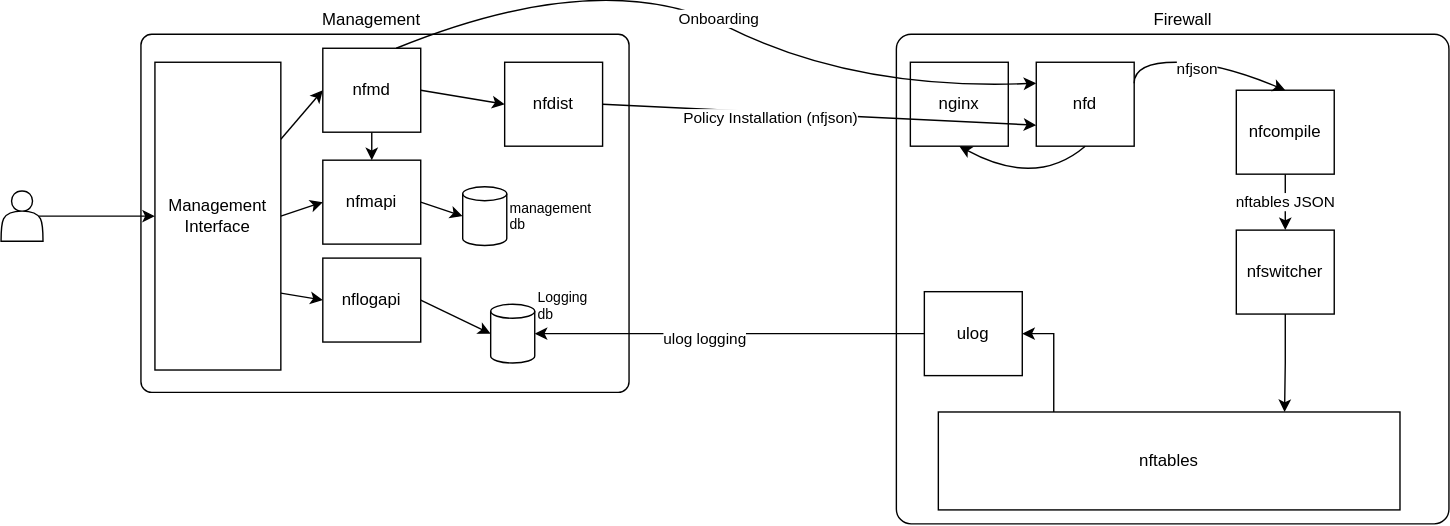
This is Architecture.drawio.svg from nfirewall/nfirewall, a draw.io export, as it was before one commit. Source tidied: cells renumbered, new cells last; positions are measured from the earlier drawing's top-left corner, leaving out a move shared by most shapes.
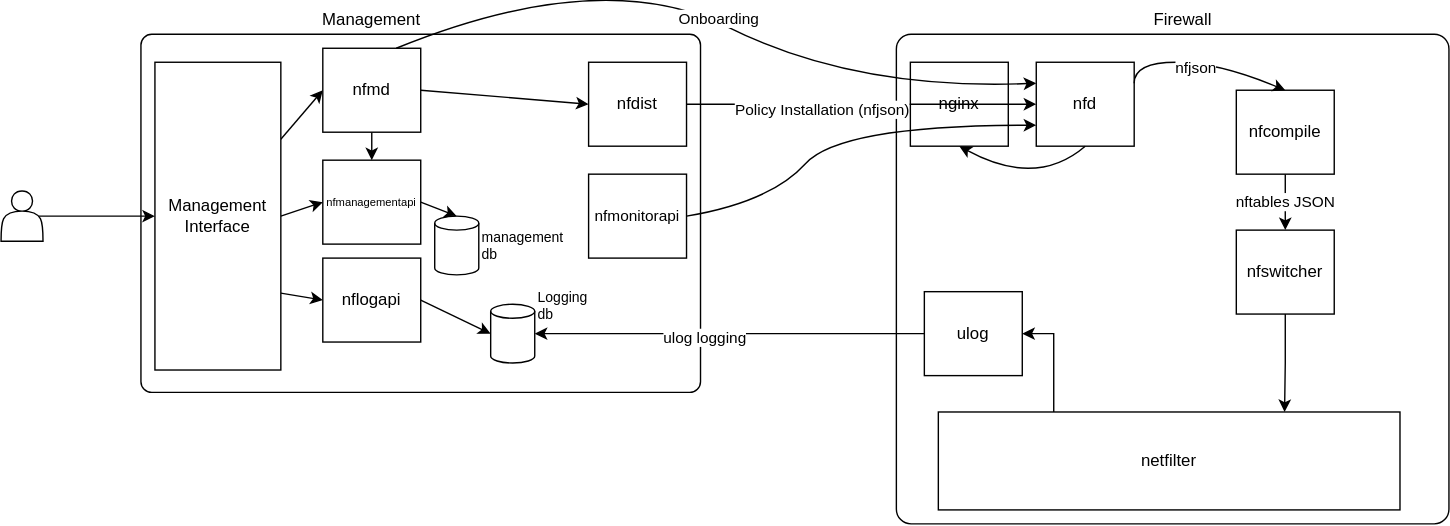
The same file after the commit.

Commit message:
Added nfmonitorapi, renamed nfmanagementapi

The edit, as a diff of the source:
```diff
@@ -6,7 +6,7 @@
       <mxGeometry x="640" y="50" width="395" height="350" as="geometry" />
     </mxCell>
     <mxCell id="3" style="rounded=1;whiteSpace=wrap;html=1;arcSize=3;" parent="1" vertex="1">
-      <mxGeometry x="100" y="50" width="348.9" height="256" as="geometry" />
+      <mxGeometry x="100" y="50" width="400" height="256" as="geometry" />
     </mxCell>
     <mxCell id="4" value="nfd" style="rounded=0;whiteSpace=wrap;html=1;" parent="1" vertex="1">
       <mxGeometry x="740" y="70" width="70" height="60" as="geometry" />
@@ -26,17 +26,17 @@
     <mxCell id="9" style="edgeStyle=orthogonalEdgeStyle;rounded=0;jettySize=auto;html=1;exitX=0.25;exitY=0;exitDx=0;exitDy=0;entryX=1;entryY=0.5;entryDx=0;entryDy=0;" parent="1" edge="1" source="10" target="11">
       <mxGeometry relative="1" as="geometry" />
     </mxCell>
-    <mxCell id="10" value="nftables" style="rounded=0;whiteSpace=wrap;html=1;" parent="1" vertex="1">
+    <mxCell id="10" value="netfilter" style="rounded=0;whiteSpace=wrap;html=1;" parent="1" vertex="1">
       <mxGeometry x="670" y="320" width="330" height="70" as="geometry" />
     </mxCell>
     <mxCell id="11" value="ulog" style="rounded=0;whiteSpace=wrap;html=1;" parent="1" vertex="1">
       <mxGeometry x="660" y="234" width="70" height="60" as="geometry" />
     </mxCell>
-    <mxCell id="12" value="Policy Installation (nfjson)" style="rounded=0;jettySize=auto;html=1;exitX=1;exitY=0.5;exitDx=0;exitDy=0;entryX=0;entryY=0.75;entryDx=0;entryDy=0;" parent="1" edge="1" source="13" target="4">
+    <mxCell id="12" value="Policy Installation (nfjson)" style="rounded=0;jettySize=auto;html=1;exitX=1;exitY=0.5;exitDx=0;exitDy=0;entryX=0;entryY=0.5;entryDx=0;entryDy=0;" parent="1" edge="1" source="13" target="4">
       <mxGeometry x="-0.22" y="-4" relative="1" as="geometry" />
     </mxCell>
     <mxCell id="13" value="nfdist" style="rounded=0;whiteSpace=wrap;html=1;" parent="1" vertex="1">
-      <mxGeometry x="360" y="70" width="70" height="60" as="geometry" />
+      <mxGeometry x="420" y="70" width="70" height="60" as="geometry" />
     </mxCell>
     <mxCell id="14" style="edgeStyle=orthogonalEdgeStyle;rounded=0;jettySize=auto;html=1;exitX=0;exitY=0.5;exitDx=0;exitDy=0;entryX=1;entryY=0.5;entryDx=0;entryDy=0;entryPerimeter=0;" parent="1" edge="1" source="11" target="31">
       <mxGeometry relative="1" as="geometry" />
@@ -80,9 +80,9 @@
       <mxGeometry x="150" y="30" width="230" height="20" as="geometry" />
     </mxCell>
     <mxCell id="26" value="management db" style="shape=cylinder3;whiteSpace=wrap;html=1;boundedLbl=1;backgroundOutline=1;size=5;labelPosition=right;verticalLabelPosition=middle;align=left;verticalAlign=middle;fontSize=10;" parent="1" vertex="1">
-      <mxGeometry x="330" y="159" width="31.5" height="42" as="geometry" />
+      <mxGeometry x="310" y="180" width="31.5" height="42" as="geometry" />
     </mxCell>
-    <mxCell id="27" style="edgeStyle=none;rounded=0;jettySize=auto;html=1;exitX=1;exitY=0.5;exitDx=0;exitDy=0;entryX=0;entryY=0.5;entryDx=0;entryDy=0;entryPerimeter=0;" parent="1" edge="1" source="30" target="26">
+    <mxCell id="27" style="edgeStyle=none;rounded=0;jettySize=auto;html=1;exitX=1;exitY=0.5;exitDx=0;exitDy=0;entryX=0.5;entryY=0;entryDx=0;entryDy=0;entryPerimeter=0;" parent="1" edge="1" source="30" target="26">
       <mxGeometry relative="1" as="geometry" />
     </mxCell>
     <mxCell id="28" style="edgeStyle=none;rounded=0;jettySize=auto;html=1;exitX=1;exitY=0.5;exitDx=0;exitDy=0;entryX=0;entryY=0.5;entryDx=0;entryDy=0;entryPerimeter=0;" parent="1" edge="1" source="32" target="31">
@@ -91,7 +91,7 @@
     <mxCell id="29" style="edgeStyle=none;rounded=0;jettySize=auto;html=1;exitX=1;exitY=0.5;exitDx=0;exitDy=0;entryX=0;entryY=0.5;entryDx=0;entryDy=0;fontSize=10;" parent="1" edge="1" source="34" target="13">
       <mxGeometry relative="1" as="geometry" />
     </mxCell>
-    <mxCell id="30" value="nfmapi" style="rounded=0;whiteSpace=wrap;html=1;" parent="1" vertex="1">
+    <mxCell id="30" value="nfmanagementapi" style="rounded=0;whiteSpace=wrap;html=1;fontSize=8;" parent="1" vertex="1">
       <mxGeometry x="230" y="140" width="70" height="60" as="geometry" />
     </mxCell>
     <mxCell id="31" value="Logging db" style="shape=cylinder3;whiteSpace=wrap;html=1;boundedLbl=1;backgroundOutline=1;size=5;labelPosition=right;verticalLabelPosition=top;align=left;verticalAlign=bottom;spacingBottom=-16;fontSize=10;" parent="1" vertex="1">
@@ -127,5 +127,16 @@
         </Array>
       </mxGeometry>
     </mxCell>
+    <mxCell id="39" style="jettySize=auto;html=1;exitX=1;exitY=0.5;exitDx=0;exitDy=0;entryX=0;entryY=0.75;entryDx=0;entryDy=0;curved=1;" parent="1" edge="1" source="40" target="4">
+      <mxGeometry relative="1" as="geometry">
+        <Array as="points">
+          <mxPoint x="550" y="170" />
+          <mxPoint x="600" y="115" />
+        </Array>
+      </mxGeometry>
+    </mxCell>
+    <mxCell id="40" value="nfmonitorapi" style="rounded=0;whiteSpace=wrap;html=1;fontSize=11;" parent="1" vertex="1">
+      <mxGeometry x="420" y="150" width="70" height="60" as="geometry" />
+    </mxCell>
   </root>
 </mxGraphModel>
```
